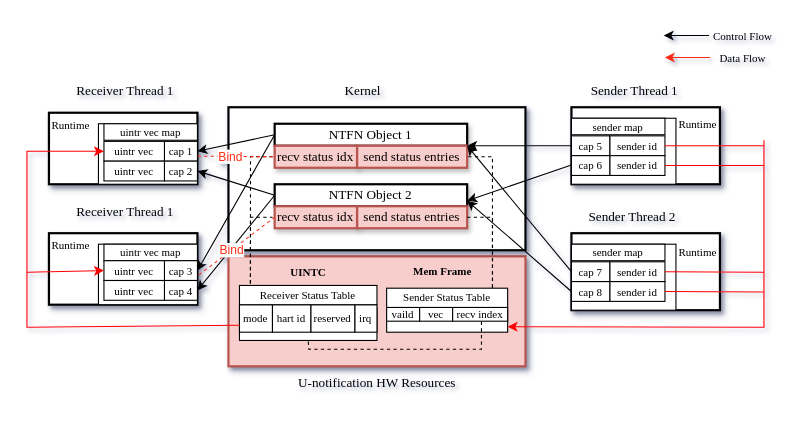
Earlier version of the draw.io diagram images/uintr_for_ntfn.drawio (oscourse-tsinghua/openingreport-ldhai2023). Source tidied: cells renumbered, new cells numbered last; positions are measured from the earlier drawing's top-left corner, leaving out a move shared by most shapes. Both pictures are drawn from the tidied source at 110%, with x=0, y=0 at pixel (26, 19).
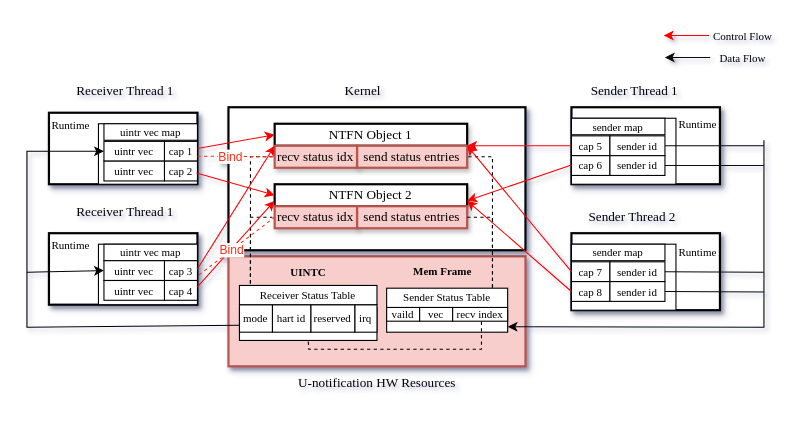
Above is the later version.

The change refers to these unchanged cells:
```xml
<mxCell id="4" value="&lt;font face=&quot;Times New Roman&quot;&gt;NTFN Object 1&lt;/font&gt;" style="rounded=0;whiteSpace=wrap;html=1;strokeWidth=2;shadow=1;" parent="1" vertex="1">
  <mxGeometry x="225.2" y="95" width="175" height="20" as="geometry" />
</mxCell>
<mxCell id="5" value="&lt;font face=&quot;Times New Roman&quot;&gt;recv status idx&lt;/font&gt;" style="rounded=0;whiteSpace=wrap;html=1;strokeWidth=2;shadow=1;fillColor=#f8cecc;strokeColor=#b85450;" parent="1" vertex="1">
  <mxGeometry x="225.2" y="115" width="75" height="20" as="geometry" />
</mxCell>
<mxCell id="6" value="&lt;font face=&quot;Times New Roman&quot;&gt;send status entries&lt;/font&gt;" style="rounded=0;whiteSpace=wrap;html=1;strokeWidth=2;shadow=1;fillColor=#f8cecc;strokeColor=#b85450;" parent="1" vertex="1">
  <mxGeometry x="300.2" y="115" width="100" height="20" as="geometry" />
</mxCell>
<mxCell id="7" value="&lt;font face=&quot;Times New Roman&quot;&gt;NTFN Object 2&lt;/font&gt;" style="rounded=0;whiteSpace=wrap;html=1;strokeWidth=2;shadow=1;" parent="1" vertex="1">
  <mxGeometry x="225.2" y="150" width="175" height="20" as="geometry" />
</mxCell>
<mxCell id="11" value="&lt;font style=&quot;font-size: 10px;&quot; face=&quot;Times New Roman&quot;&gt;mode&lt;/font&gt;" style="rounded=0;whiteSpace=wrap;html=1;" parent="1" vertex="1">
  <mxGeometry x="193.2" y="259.5" width="30" height="25" as="geometry" />
</mxCell>
<mxCell id="15" style="rounded=0;whiteSpace=wrap;html=1;" parent="1" vertex="1">
  <mxGeometry x="327" y="264.5" width="110" height="20" as="geometry" />
</mxCell>
<mxCell id="30" style="rounded=0;whiteSpace=wrap;html=1;strokeWidth=2;shadow=1;" parent="1" vertex="1">
  <mxGeometry x="20" y="85" width="135" height="65" as="geometry" />
</mxCell>
<mxCell id="32" style="rounded=0;whiteSpace=wrap;html=1;strokeWidth=2;shadow=1;" parent="1" vertex="1">
  <mxGeometry x="495" y="80" width="135" height="70" as="geometry" />
</mxCell>
<mxCell id="35" value="&lt;font style=&quot;font-size: 10px;&quot; face=&quot;Times New Roman&quot;&gt;cap 1&lt;/font&gt;" style="rounded=0;whiteSpace=wrap;html=1;" parent="1" vertex="1">
  <mxGeometry x="125" y="111" width="30" height="18" as="geometry" />
</mxCell>
<mxCell id="36" value="&lt;font style=&quot;font-size: 10px;&quot; face=&quot;Times New Roman&quot;&gt;uintr vec&lt;/font&gt;" style="rounded=0;whiteSpace=wrap;html=1;" parent="1" vertex="1">
  <mxGeometry x="70" y="111" width="55" height="18" as="geometry" />
</mxCell>
<mxCell id="40" value="&lt;font style=&quot;font-size: 10px;&quot; face=&quot;Times New Roman&quot;&gt;cap 5&lt;/font&gt;" style="rounded=0;whiteSpace=wrap;html=1;" parent="1" vertex="1">
  <mxGeometry x="495" y="106" width="35" height="18" as="geometry" />
</mxCell>
<mxCell id="41" value="&lt;font style=&quot;font-size: 10px;&quot; face=&quot;Times New Roman&quot;&gt;sender id&lt;/font&gt;" style="rounded=0;whiteSpace=wrap;html=1;" parent="1" vertex="1">
  <mxGeometry x="530" y="106" width="50" height="18" as="geometry" />
</mxCell>
<mxCell id="43" value="&lt;font style=&quot;font-size: 10px;&quot; face=&quot;Times New Roman&quot;&gt;sender id&lt;/font&gt;" style="rounded=0;whiteSpace=wrap;html=1;" parent="1" vertex="1">
  <mxGeometry x="530" y="124" width="50" height="18" as="geometry" />
</mxCell>
<mxCell id="44" value="&lt;font style=&quot;font-size: 10px;&quot; face=&quot;Times New Roman&quot;&gt;cap 2&lt;/font&gt;" style="rounded=0;whiteSpace=wrap;html=1;" parent="1" vertex="1">
  <mxGeometry x="125" y="129" width="30" height="18" as="geometry" />
</mxCell>
<mxCell id="46" style="rounded=0;whiteSpace=wrap;html=1;strokeWidth=2;shadow=1;" parent="1" vertex="1">
  <mxGeometry x="20" y="194.5" width="135" height="65" as="geometry" />
</mxCell>
<mxCell id="50" value="&lt;font style=&quot;font-size: 10px;&quot; face=&quot;Times New Roman&quot;&gt;cap 3&lt;/font&gt;" style="rounded=0;whiteSpace=wrap;html=1;" parent="1" vertex="1">
  <mxGeometry x="125" y="219.5" width="30" height="18" as="geometry" />
</mxCell>
<mxCell id="51" value="&lt;font style=&quot;font-size: 10px;&quot; face=&quot;Times New Roman&quot;&gt;uintr vec&lt;/font&gt;" style="rounded=0;whiteSpace=wrap;html=1;" parent="1" vertex="1">
  <mxGeometry x="70" y="219.5" width="55" height="18" as="geometry" />
</mxCell>
<mxCell id="52" value="&lt;font style=&quot;font-size: 10px;&quot; face=&quot;Times New Roman&quot;&gt;cap 4&lt;/font&gt;" style="rounded=0;whiteSpace=wrap;html=1;" parent="1" vertex="1">
  <mxGeometry x="125" y="237.5" width="30" height="18" as="geometry" />
</mxCell>
<mxCell id="57" value="&lt;font style=&quot;font-size: 10px;&quot; face=&quot;Times New Roman&quot;&gt;cap 7&lt;/font&gt;" style="rounded=0;whiteSpace=wrap;html=1;" parent="1" vertex="1">
  <mxGeometry x="495" y="220.5" width="35" height="18" as="geometry" />
</mxCell>
<mxCell id="58" value="&lt;font style=&quot;font-size: 10px;&quot; face=&quot;Times New Roman&quot;&gt;sender id&lt;/font&gt;" style="rounded=0;whiteSpace=wrap;html=1;" parent="1" vertex="1">
  <mxGeometry x="530" y="220.5" width="50" height="18" as="geometry" />
</mxCell>
<mxCell id="59" value="&lt;font style=&quot;font-size: 10px;&quot; face=&quot;Times New Roman&quot;&gt;cap 8&lt;/font&gt;" style="rounded=0;whiteSpace=wrap;html=1;" parent="1" vertex="1">
  <mxGeometry x="495" y="238.5" width="35" height="18" as="geometry" />
</mxCell>
<mxCell id="60" value="&lt;font style=&quot;font-size: 10px;&quot; face=&quot;Times New Roman&quot;&gt;sender id&lt;/font&gt;" style="rounded=0;whiteSpace=wrap;html=1;" parent="1" vertex="1">
  <mxGeometry x="530" y="238.5" width="50" height="18" as="geometry" />
</mxCell>
```

Diff of the diagram source:
```diff
@@
-    <mxCell id="62" style="endArrow=classic;html=1;rounded=0;exitX=0;exitY=0.5;exitDx=0;exitDy=0;entryX=1;entryY=1;entryDx=0;entryDy=0;" parent="1" edge="1" source="40" target="4">
+    <mxCell id="62" style="endArrow=classic;html=1;rounded=0;exitX=0;exitY=0.5;exitDx=0;exitDy=0;entryX=1;entryY=1;entryDx=0;entryDy=0;strokeColor=#f60404;" parent="1" edge="1" source="40" target="4">
       <mxGeometry relative="1" as="geometry" />
     </mxCell>
-    <mxCell id="63" style="endArrow=classic;html=1;rounded=0;exitX=0;exitY=0.75;exitDx=0;exitDy=0;entryX=1;entryY=0.75;entryDx=0;entryDy=0;" parent="1" edge="1" source="32" target="7">
+    <mxCell id="63" style="endArrow=classic;html=1;rounded=0;exitX=0;exitY=0.75;exitDx=0;exitDy=0;entryX=1;entryY=0.75;entryDx=0;entryDy=0;strokeColor=#f60404;" parent="1" edge="1" source="32" target="7">
       <mxGeometry relative="1" as="geometry" />
     </mxCell>
-    <mxCell id="64" style="endArrow=classic;html=1;rounded=0;exitX=0;exitY=0.5;exitDx=0;exitDy=0;entryX=1;entryY=0;entryDx=0;entryDy=0;" parent="1" edge="1" source="57" target="6">
+    <mxCell id="64" style="endArrow=classic;html=1;rounded=0;exitX=0;exitY=0.5;exitDx=0;exitDy=0;entryX=1;entryY=0;entryDx=0;entryDy=0;strokeColor=#fc0303;" parent="1" edge="1" source="57" target="6">
       <mxGeometry relative="1" as="geometry" />
     </mxCell>
-    <mxCell id="65" style="endArrow=classic;html=1;rounded=0;exitX=0;exitY=0.5;exitDx=0;exitDy=0;entryX=1;entryY=0.75;entryDx=0;entryDy=0;" parent="1" edge="1" source="59" target="7">
+    <mxCell id="65" style="endArrow=classic;html=1;rounded=0;exitX=0;exitY=0.5;exitDx=0;exitDy=0;entryX=1;entryY=0.75;entryDx=0;entryDy=0;strokeColor=#f90101;" parent="1" edge="1" source="59" target="7">
       <mxGeometry relative="1" as="geometry" />
     </mxCell>
-    <mxCell id="66" style="endArrow=classic;html=1;rounded=0;exitX=0;exitY=0.5;exitDx=0;exitDy=0;entryX=1;entryY=0.5;entryDx=0;entryDy=0;" parent="1" edge="1" source="4" target="35">
+    <mxCell id="66" style="endArrow=classic;html=1;rounded=0;exitX=1;exitY=0.5;exitDx=0;exitDy=0;entryX=0;entryY=0.5;entryDx=0;entryDy=0;strokeColor=#f70202;" parent="1" edge="1" source="30" target="4">
       <mxGeometry relative="1" as="geometry" />
     </mxCell>
-    <mxCell id="67" style="endArrow=classic;html=1;rounded=0;exitX=0;exitY=0.5;exitDx=0;exitDy=0;entryX=1;entryY=0.5;entryDx=0;entryDy=0;" parent="1" edge="1" source="4" target="50">
+    <mxCell id="67" style="endArrow=classic;html=1;rounded=0;entryX=0;entryY=0;entryDx=0;entryDy=0;exitX=1;exitY=0.5;exitDx=0;exitDy=0;strokeColor=#fc0303;" parent="1" edge="1" source="46" target="5">
       <mxGeometry relative="1" as="geometry" />
     </mxCell>
-    <mxCell id="68" style="endArrow=classic;html=1;rounded=0;exitX=0;exitY=0.5;exitDx=0;exitDy=0;entryX=1;entryY=0.5;entryDx=0;entryDy=0;" parent="1" edge="1" source="7" target="44">
+    <mxCell id="68" style="endArrow=classic;html=1;rounded=0;entryX=0;entryY=0.5;entryDx=0;entryDy=0;exitX=0.994;exitY=0.843;exitDx=0;exitDy=0;exitPerimeter=0;strokeColor=#fe0101;" parent="1" edge="1" source="30" target="7">
       <mxGeometry relative="1" as="geometry" />
     </mxCell>
-    <mxCell id="69" style="endArrow=classic;html=1;rounded=0;exitX=0;exitY=0.5;exitDx=0;exitDy=0;entryX=1;entryY=0.5;entryDx=0;entryDy=0;" parent="1" edge="1" source="7" target="52">
+    <mxCell id="69" style="endArrow=classic;html=1;rounded=0;entryX=0;entryY=0.75;entryDx=0;entryDy=0;exitX=1;exitY=0.75;exitDx=0;exitDy=0;strokeColor=#fc0303;" parent="1" edge="1" source="46" target="7">
       <mxGeometry relative="1" as="geometry" />
     </mxCell>
-    <mxCell id="70" style="endArrow=classic;html=1;rounded=0;entryX=1;entryY=0.75;entryDx=0;entryDy=0;strokeColor=#ff0000;" parent="1" edge="1" target="15">
+    <mxCell id="70" style="endArrow=classic;html=1;rounded=0;entryX=1;entryY=0.75;entryDx=0;entryDy=0;strokeColor=#050505;" parent="1" edge="1" target="15">
       <mxGeometry relative="1" as="geometry">
         <mxPoint x="670" y="110" as="sourcePoint" />
         <Array as="points">
           <mxPoint x="670" y="280" />
         </Array>
       </mxGeometry>
     </mxCell>
-    <mxCell id="71" style="endArrow=none;html=1;rounded=0;entryX=1;entryY=0.5;entryDx=0;entryDy=0;strokeColor=#ff0000;" parent="1" edge="1" target="41">
+    <mxCell id="71" style="endArrow=none;html=1;rounded=0;entryX=1;entryY=0.5;entryDx=0;entryDy=0;strokeColor=#050505;" parent="1" edge="1" target="41">
       <mxGeometry relative="1" as="geometry">
         <mxPoint x="670" y="115" as="sourcePoint" />
       </mxGeometry>
     </mxCell>
-    <mxCell id="72" style="endArrow=none;html=1;rounded=0;entryX=1;entryY=0.5;entryDx=0;entryDy=0;strokeColor=#fa0000;" parent="1" edge="1" target="43">
+    <mxCell id="72" style="endArrow=none;html=1;rounded=0;entryX=1;entryY=0.5;entryDx=0;entryDy=0;strokeColor=#080808;" parent="1" edge="1" target="43">
       <mxGeometry relative="1" as="geometry">
         <mxPoint x="670" y="133" as="sourcePoint" />
       </mxGeometry>
     </mxCell>
-    <mxCell id="73" style="endArrow=none;html=1;rounded=0;entryX=1;entryY=0.5;entryDx=0;entryDy=0;strokeColor=#ff0000;" parent="1" edge="1" target="58">
+    <mxCell id="73" style="endArrow=none;html=1;rounded=0;entryX=1;entryY=0.5;entryDx=0;entryDy=0;strokeColor=#080808;" parent="1" edge="1" target="58">
       <mxGeometry relative="1" as="geometry">
         <mxPoint x="670" y="230" as="sourcePoint" />
       </mxGeometry>
     </mxCell>
-    <mxCell id="74" style="endArrow=none;html=1;rounded=0;entryX=1;entryY=0.5;entryDx=0;entryDy=0;strokeColor=#ff0000;" parent="1" edge="1" target="60">
+    <mxCell id="74" style="endArrow=none;html=1;rounded=0;entryX=1;entryY=0.5;entryDx=0;entryDy=0;strokeColor=#050505;" parent="1" edge="1" target="60">
       <mxGeometry relative="1" as="geometry">
         <mxPoint x="670" y="248" as="sourcePoint" />
       </mxGeometry>
     </mxCell>
-    <mxCell id="75" style="endArrow=classic;html=1;rounded=0;exitX=0;exitY=0.75;exitDx=0;exitDy=0;entryX=0;entryY=0.5;entryDx=0;entryDy=0;strokeColor=#ff0000;" parent="1" edge="1" source="11" target="36">
+    <mxCell id="75" style="endArrow=classic;html=1;rounded=0;exitX=0;exitY=0.75;exitDx=0;exitDy=0;entryX=0;entryY=0.5;entryDx=0;entryDy=0;strokeColor=#000000;" parent="1" edge="1" source="11" target="36">
       <mxGeometry relative="1" as="geometry">
         <Array as="points">
           <mxPoint y="280" />
           <mxPoint y="120" />
         </Array>
       </mxGeometry>
     </mxCell>
-    <mxCell id="76" style="endArrow=classic;html=1;rounded=0;entryX=0;entryY=0.5;entryDx=0;entryDy=0;strokeColor=#ff0000;" parent="1" edge="1" target="51">
+    <mxCell id="76" style="endArrow=classic;html=1;rounded=0;entryX=0;entryY=0.5;entryDx=0;entryDy=0;strokeColor=#030303;" parent="1" edge="1" target="51">
       <mxGeometry relative="1" as="geometry">
         <mxPoint y="230" as="sourcePoint" />
       </mxGeometry>
     </mxCell>
@@
-    <mxCell id="81" style="endArrow=classic;html=1;rounded=0;" parent="1" edge="1">
+    <mxCell id="81" style="endArrow=classic;html=1;rounded=0;strokeColor=#f90101;" parent="1" edge="1">
       <mxGeometry relative="1" as="geometry">
         <mxPoint x="620.1" y="14.8" as="sourcePoint" />
         <mxPoint x="578.9" y="14.8" as="targetPoint" />
       </mxGeometry>
     </mxCell>
-    <mxCell id="82" style="endArrow=classic;html=1;rounded=0;strokeColor=#FF2C14;" parent="1" edge="1">
+    <mxCell id="82" style="endArrow=classic;html=1;rounded=0;strokeColor=#080808;" parent="1" edge="1">
       <mxGeometry relative="1" as="geometry">
         <mxPoint x="621.1" y="34.8" as="sourcePoint" />
         <mxPoint x="579.9" y="34.8" as="targetPoint" />
       </mxGeometry>
     </mxCell>
```
